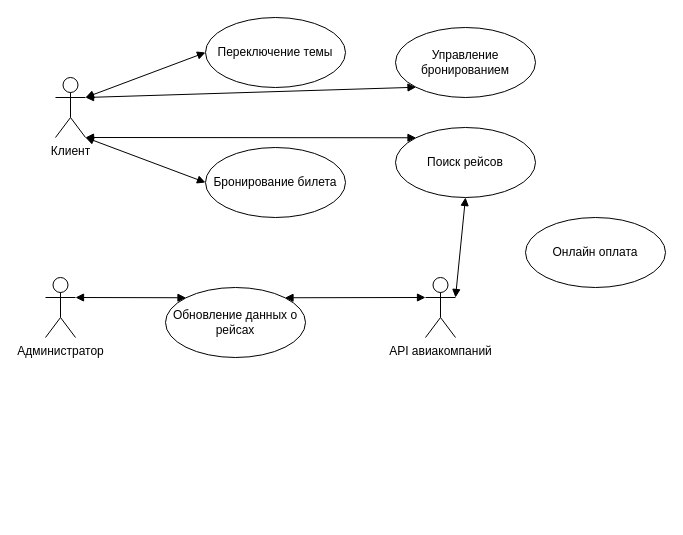
Earlier version of the draw.io diagram Use_case_diagram.drawio (chchjii/Draw.io). Source tidied: cells renumbered, new cells numbered last; positions are measured from the earlier drawing's top-left corner, leaving out a move shared by most shapes. Both pictures are drawn from the tidied source at 100%, with x=0, y=0 at pixel (45, 17).
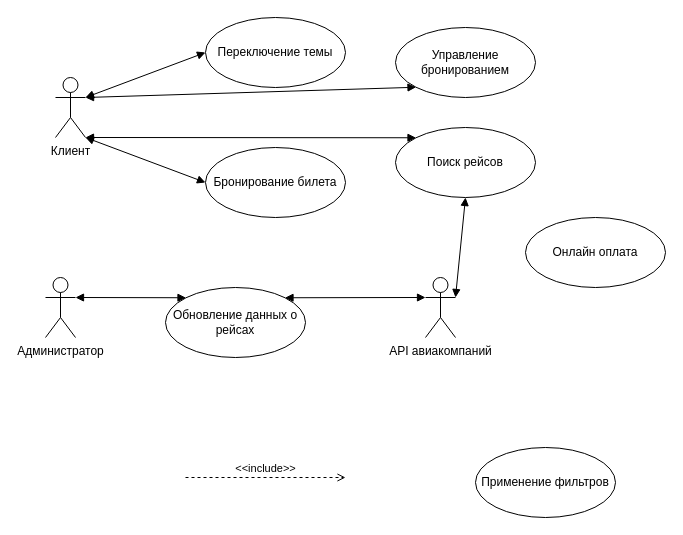
The same diagram, later.

The edit, as a diff of the source:
```diff
@@
+    <mxCell id="18" value="&amp;lt;&amp;lt;include&amp;gt;&amp;gt;" style="html=1;verticalAlign=bottom;labelBackgroundColor=none;endArrow=open;endFill=0;dashed=1;rounded=0;" parent="1" edge="1">
+      <mxGeometry relative="1" as="geometry">
+        <mxPoint x="140" y="460" as="sourcePoint" />
+        <mxPoint x="300" y="460" as="targetPoint" />
+      </mxGeometry>
+    </mxCell>
+    <mxCell id="19" value="Применение фильтров" style="ellipse;whiteSpace=wrap;html=1;" parent="1" vertex="1">
+      <mxGeometry x="430" y="430" width="140" height="70" as="geometry" />
+    </mxCell>
```
